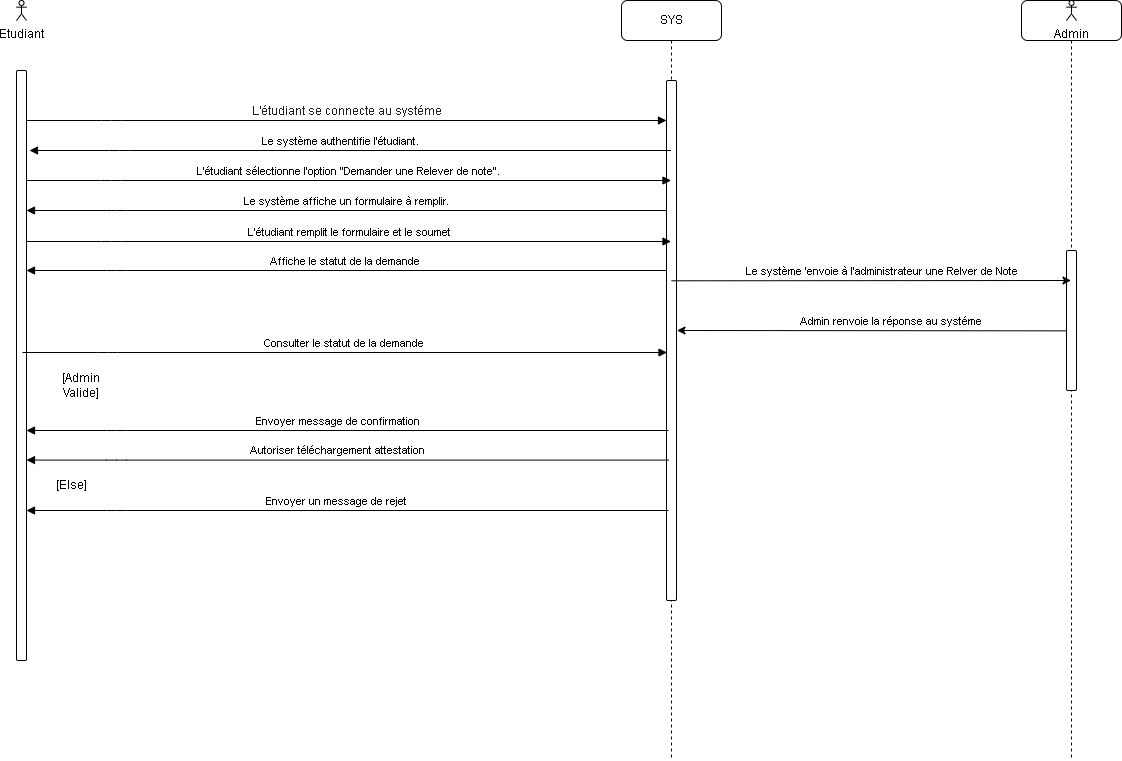
This is RelverDeNote.drawio.png from elm-dak/uml-gestion-scolaire, a draw.io export, as it was before one commit. Source tidied: cells renumbered, new cells last; positions are measured from the earlier drawing's top-left corner, leaving out a move shared by most shapes.
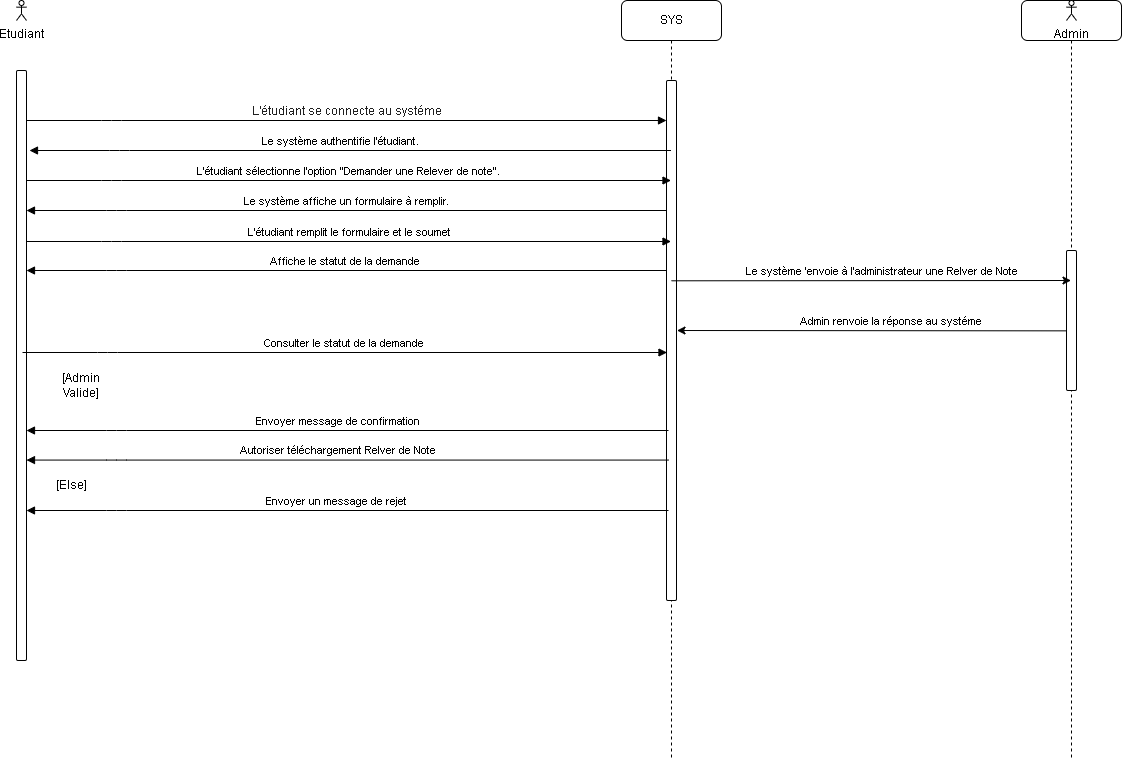
Above is the later version.

The edit, as a diff of the source:
```diff
@@ -116,7 +116,7 @@
         </Array>
       </mxGeometry>
     </mxCell>
-    <mxCell id="23" value="Autoriser téléchargement attestation" style="edgeLabel;html=1;align=center;verticalAlign=middle;labelBackgroundColor=none;rounded=1;" parent="22" vertex="1">
+    <mxCell id="23" value="Autoriser téléchargement Relver de Note" style="edgeLabel;html=1;align=center;verticalAlign=middle;labelBackgroundColor=none;rounded=1;" parent="22" vertex="1">
       <mxGeometry x="0.04" y="4" relative="1" as="geometry">
         <mxPoint x="2" y="-14" as="offset" />
       </mxGeometry>
```
